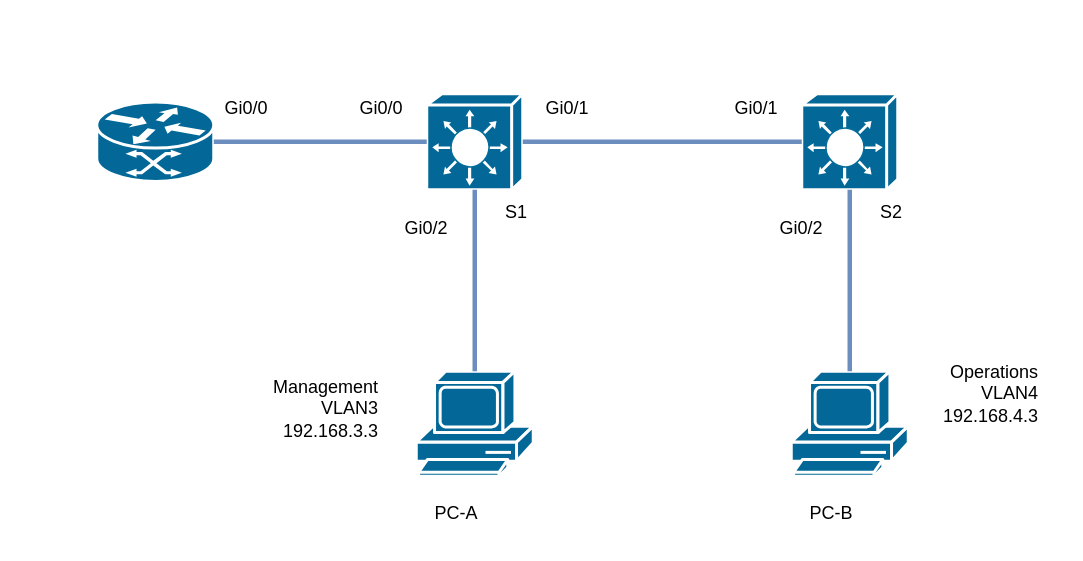
This is page "Vlan plan" (2 of 2) of lab1.drawio from fueller-max/drawio, a draw.io file, before an edit. Source tidied: cells renumbered, new cells numbered last; positions are measured from the earlier drawing's top-left corner, leaving out a move shared by most shapes. Both pictures are drawn from the tidied source at 150%, with x=0, y=0 at pixel (96, 86).
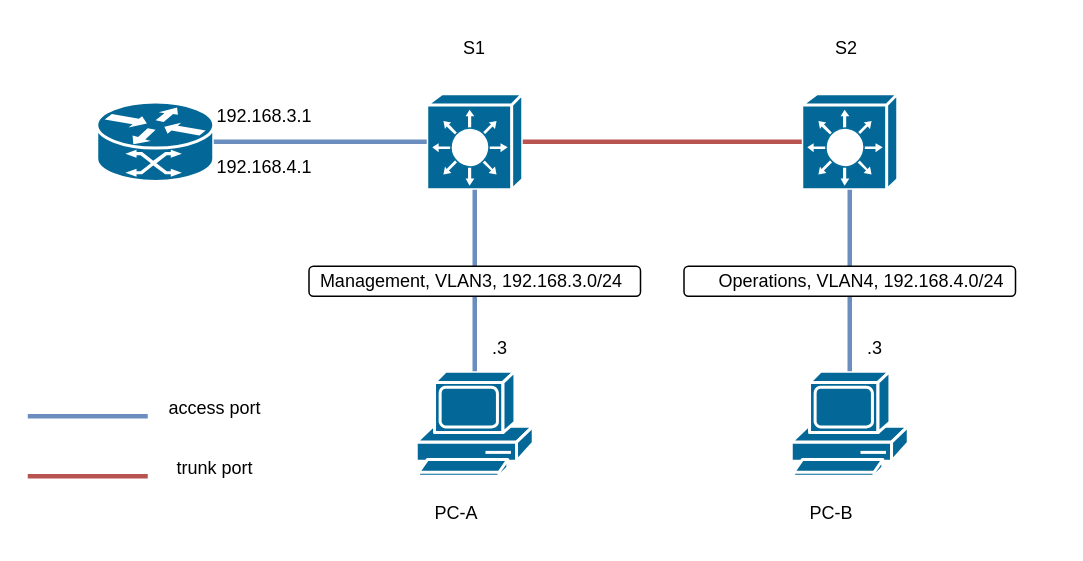
The same page after the edit.

The change refers to these unchanged cells:
```xml
<mxCell id="3" style="shape=mxgraph.cisco.switches.layer_3_switch;sketch=0;html=1;dashed=0;fillColor=#036897;strokeColor=#ffffff;strokeWidth=2;verticalLabelPosition=bottom;verticalAlign=top;align=center;outlineConnect=0;" parent="1" vertex="1">
  <mxGeometry x="220" y="5" width="64" height="64" as="geometry" />
</mxCell>
<mxCell id="4" style="shape=mxgraph.cisco.switches.layer_3_switch;sketch=0;html=1;dashed=0;fillColor=#036897;strokeColor=#ffffff;strokeWidth=2;verticalLabelPosition=bottom;verticalAlign=top;align=center;outlineConnect=0;" parent="1" vertex="1">
  <mxGeometry x="470" y="5" width="64" height="64" as="geometry" />
</mxCell>
```

Change to the diagram source:
```diff
@@
-    <mxCell id="7" style="endArrow=none;html=1;rounded=0;entryX=0;entryY=0.5;entryDx=0;entryDy=0;entryPerimeter=0;exitX=1;exitY=0.5;exitDx=0;exitDy=0;exitPerimeter=0;strokeWidth=3;fillColor=#dae8fc;strokeColor=#6c8ebf;" parent="1" edge="1" source="3" target="4">
+    <mxCell id="7" style="endArrow=none;html=1;rounded=0;entryX=0;entryY=0.5;entryDx=0;entryDy=0;entryPerimeter=0;exitX=1;exitY=0.5;exitDx=0;exitDy=0;exitPerimeter=0;strokeWidth=3;fillColor=#f8cecc;strokeColor=#b85450;" parent="1" edge="1" source="3" target="4">
       <mxGeometry relative="1" as="geometry" />
     </mxCell>
@@
     <mxCell id="11" value="S1" style="text;html=1;align=center;verticalAlign=middle;whiteSpace=wrap;rounded=0;" parent="1" vertex="1">
-      <mxGeometry x="250" y="69" width="60" height="30" as="geometry" />
+      <mxGeometry x="222" y="-40" width="60" height="30" as="geometry" />
     </mxCell>
     <mxCell id="12" value="S2" style="text;html=1;align=center;verticalAlign=middle;whiteSpace=wrap;rounded=0;" parent="1" vertex="1">
-      <mxGeometry x="500" y="69" width="60" height="30" as="geometry" />
+      <mxGeometry x="470" y="-40" width="60" height="30" as="geometry" />
     </mxCell>
-    <mxCell id="13" value="Gi0/0" style="text;html=1;align=center;verticalAlign=middle;whiteSpace=wrap;rounded=0;" parent="1" vertex="1">
-      <mxGeometry x="70" width="60" height="30" as="geometry" />
-    </mxCell>
-    <mxCell id="14" value="Gi0/0" style="text;html=1;align=center;verticalAlign=middle;whiteSpace=wrap;rounded=0;" parent="1" vertex="1">
-      <mxGeometry x="160" width="60" height="30" as="geometry" />
-    </mxCell>
-    <mxCell id="15" value="Gi0/1" style="text;html=1;align=center;verticalAlign=middle;whiteSpace=wrap;rounded=0;" parent="1" vertex="1">
-      <mxGeometry x="284" width="60" height="30" as="geometry" />
-    </mxCell>
-    <mxCell id="16" value="Gi0/1" style="text;html=1;align=center;verticalAlign=middle;whiteSpace=wrap;rounded=0;" parent="1" vertex="1">
-      <mxGeometry x="410" width="60" height="30" as="geometry" />
-    </mxCell>
-    <mxCell id="17" value="Gi0/2" style="text;html=1;align=center;verticalAlign=middle;whiteSpace=wrap;rounded=0;" parent="1" vertex="1">
-      <mxGeometry x="440" y="80" width="60" height="30" as="geometry" />
-    </mxCell>
-    <mxCell id="18" value="Gi0/2" style="text;html=1;align=center;verticalAlign=middle;whiteSpace=wrap;rounded=0;" parent="1" vertex="1">
-      <mxGeometry x="190" y="80" width="60" height="30" as="geometry" />
-    </mxCell>
@@
-    <mxCell id="21" value="&lt;div&gt;Operations&lt;/div&gt;&lt;div&gt;&lt;span style=&quot;background-color: initial;&quot;&gt;VLAN4&lt;/span&gt;&lt;/div&gt;192.168.4.3" style="text;html=1;align=right;verticalAlign=middle;whiteSpace=wrap;rounded=0;" parent="1" vertex="1">
-      <mxGeometry x="550" y="180" width="80" height="50" as="geometry" />
-    </mxCell>
-    <mxCell id="22" value="&lt;div&gt;Management&lt;/div&gt;&lt;div&gt;&lt;span style=&quot;background-color: initial;&quot;&gt;VLAN3&lt;/span&gt;&lt;/div&gt;192.168.3.3" style="text;html=1;align=right;verticalAlign=middle;whiteSpace=wrap;rounded=0;" parent="1" vertex="1">
-      <mxGeometry x="110" y="190" width="80" height="50" as="geometry" />
-    </mxCell>
+    <mxCell id="23" style="rounded=1;whiteSpace=wrap;html=1;direction=west;" parent="1" vertex="1">
+      <mxGeometry x="141.5" y="120" width="221" height="20" as="geometry" />
+    </mxCell>
+    <mxCell id="24" value="Management, VLAN3, 192.168.3.0/24" style="text;html=1;align=center;verticalAlign=middle;whiteSpace=wrap;rounded=0;rotation=0;" parent="1" vertex="1">
+      <mxGeometry x="130" y="115" width="240" height="30" as="geometry" />
+    </mxCell>
+    <mxCell id="25" style="rounded=1;whiteSpace=wrap;html=1;direction=west;" parent="1" vertex="1">
+      <mxGeometry x="391.5" y="120" width="221" height="20" as="geometry" />
+    </mxCell>
+    <mxCell id="26" value="Operations, VLAN4, 192.168.4.0/24" style="text;html=1;align=center;verticalAlign=middle;whiteSpace=wrap;rounded=0;rotation=0;" parent="1" vertex="1">
+      <mxGeometry x="380" y="115" width="260" height="30" as="geometry" />
+    </mxCell>
+    <mxCell id="27" value=".3" style="text;html=1;align=center;verticalAlign=middle;whiteSpace=wrap;rounded=0;" parent="1" vertex="1">
+      <mxGeometry x="254" y="170" width="30" height="10" as="geometry" />
+    </mxCell>
+    <mxCell id="28" value=".3" style="text;html=1;align=center;verticalAlign=middle;whiteSpace=wrap;rounded=0;" parent="1" vertex="1">
+      <mxGeometry x="504" y="170" width="30" height="10" as="geometry" />
+    </mxCell>
+    <mxCell id="29" style="endArrow=none;html=1;rounded=0;strokeWidth=3;fillColor=#dae8fc;strokeColor=#6c8ebf;" parent="1" edge="1">
+      <mxGeometry relative="1" as="geometry">
+        <mxPoint x="34" y="220" as="sourcePoint" />
+        <mxPoint x="-46" y="220" as="targetPoint" />
+      </mxGeometry>
+    </mxCell>
+    <mxCell id="30" value="access port" style="text;html=1;align=center;verticalAlign=middle;whiteSpace=wrap;rounded=0;" parent="1" vertex="1">
+      <mxGeometry x="34" y="200" width="90" height="30" as="geometry" />
+    </mxCell>
+    <mxCell id="31" style="endArrow=none;html=1;rounded=0;strokeWidth=3;fillColor=#f8cecc;strokeColor=#b85450;" parent="1" edge="1">
+      <mxGeometry relative="1" as="geometry">
+        <mxPoint x="34" y="260" as="sourcePoint" />
+        <mxPoint x="-46" y="260" as="targetPoint" />
+      </mxGeometry>
+    </mxCell>
+    <mxCell id="32" value="trunk port" style="text;html=1;align=center;verticalAlign=middle;whiteSpace=wrap;rounded=0;" parent="1" vertex="1">
+      <mxGeometry x="34" y="240" width="90" height="30" as="geometry" />
+    </mxCell>
+    <mxCell id="33" value="192.168.3.1" style="text;html=1;align=center;verticalAlign=middle;whiteSpace=wrap;rounded=0;" parent="1" vertex="1">
+      <mxGeometry x="81.5" y="5" width="60" height="30" as="geometry" />
+    </mxCell>
+    <mxCell id="34" value="192.168.4.1" style="text;html=1;align=center;verticalAlign=middle;whiteSpace=wrap;rounded=0;" parent="1" vertex="1">
+      <mxGeometry x="81.5" y="39" width="60" height="30" as="geometry" />
+    </mxCell>
```
